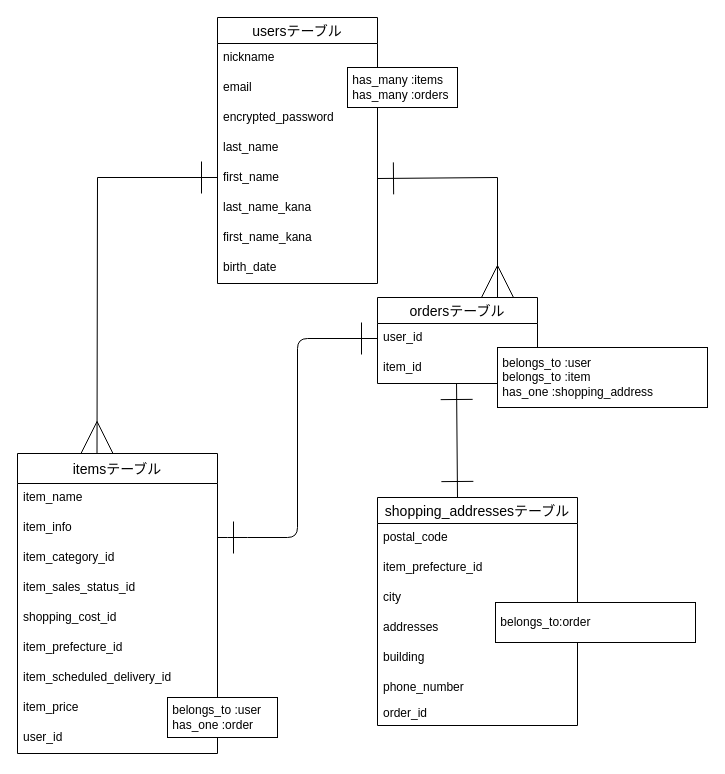
Above: furima.dio in aki3100/furima-39009 (draw.io), before the change. Source tidied: cells renumbered, new cells numbered last; positions are measured from the earlier drawing's top-left corner, leaving out a move shared by most shapes. Both pictures are drawn from the tidied source at 100%, with x=0, y=0 at pixel (17, 17).
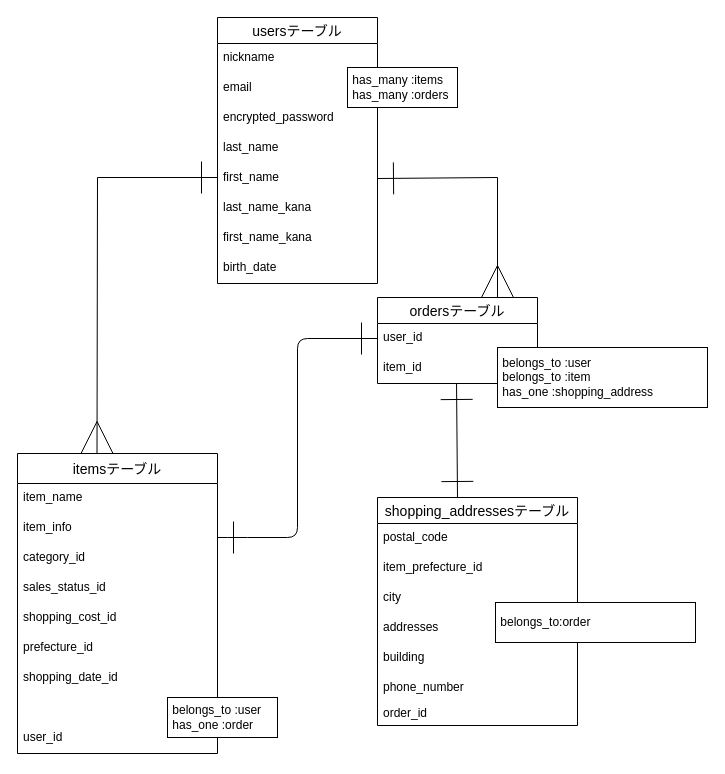
Above is the later version.

Unchanged cells that the change refers to:
```xml
<mxCell id="2" value="itemsテーブル" style="swimlane;fontStyle=0;horizontal=1;startSize=30;align=center;fontSize=14;direction=east;" parent="1" vertex="1">
  <mxGeometry y="436" width="200" height="300" as="geometry" />
</mxCell>
```

What changed in the source:
```diff
@@
-    <mxCell id="5" value="item_category_id" style="text;strokeColor=none;fillColor=none;spacingLeft=4;spacingRight=4;overflow=hidden;fontSize=12;" parent="2" vertex="1">
+    <mxCell id="5" value="category_id" style="text;strokeColor=none;fillColor=none;spacingLeft=4;spacingRight=4;overflow=hidden;fontSize=12;" parent="2" vertex="1">
       <mxGeometry y="90" width="200" height="30" as="geometry" />
     </mxCell>
-    <mxCell id="6" value="item_sales_status_id" style="text;strokeColor=none;fillColor=none;spacingLeft=4;spacingRight=4;overflow=hidden;fontSize=12;" parent="2" vertex="1">
+    <mxCell id="6" value="sales_status_id" style="text;strokeColor=none;fillColor=none;spacingLeft=4;spacingRight=4;overflow=hidden;fontSize=12;" parent="2" vertex="1">
       <mxGeometry y="120" width="200" height="30" as="geometry" />
     </mxCell>
@@
-    <mxCell id="8" value="item_prefecture_id" style="text;strokeColor=none;fillColor=none;spacingLeft=4;spacingRight=4;overflow=hidden;fontSize=12;" parent="2" vertex="1">
+    <mxCell id="8" value="prefecture_id" style="text;strokeColor=none;fillColor=none;spacingLeft=4;spacingRight=4;overflow=hidden;fontSize=12;" parent="2" vertex="1">
       <mxGeometry y="180" width="200" height="30" as="geometry" />
     </mxCell>
-    <mxCell id="9" value="item_scheduled_delivery_id" style="text;strokeColor=none;fillColor=none;spacingLeft=4;spacingRight=4;overflow=hidden;fontSize=12;" parent="2" vertex="1">
+    <mxCell id="9" value="shopping_date_id" style="text;strokeColor=none;fillColor=none;spacingLeft=4;spacingRight=4;overflow=hidden;fontSize=12;" parent="2" vertex="1">
       <mxGeometry y="210" width="200" height="30" as="geometry" />
     </mxCell>
-    <mxCell id="10" value="item_price" style="text;strokeColor=none;fillColor=none;spacingLeft=4;spacingRight=4;overflow=hidden;fontSize=12;" parent="2" vertex="1">
+    <mxCell id="10" style="text;strokeColor=none;fillColor=none;spacingLeft=4;spacingRight=4;overflow=hidden;fontSize=12;" parent="2" vertex="1">
       <mxGeometry y="240" width="200" height="30" as="geometry" />
     </mxCell>
```
